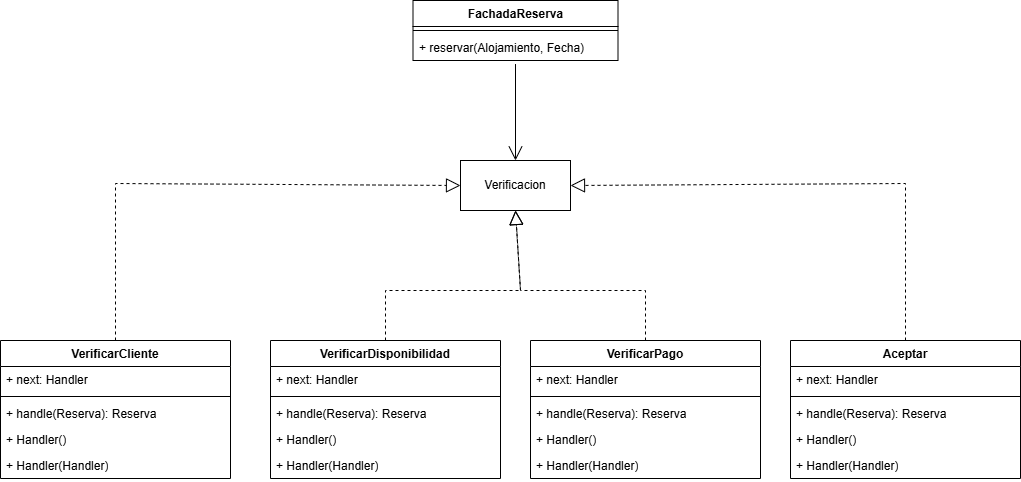
Above: Diagramas/Facade_Airbnb.drawio.png in Fabiancipher/AirbnbModelos (draw.io), before the change. Source tidied: cells renumbered, new cells last; positions are measured from the earlier drawing's top-left corner, leaving out a move shared by most shapes. Source of this version:
```xml
<mxGraphModel>
  <root>
    <mxCell id="0" />
    <mxCell id="1" parent="0" />
    <mxCell id="2" value="VerificarCliente" style="swimlane;fontStyle=1;align=center;verticalAlign=top;horizontal=1;startSize=26;whiteSpace=wrap;html=1;" parent="1" vertex="1">
      <mxGeometry y="340" width="230" height="138" as="geometry" />
    </mxCell>
    <mxCell id="3" value="+ next: Handler" style="text;strokeColor=none;fillColor=none;align=left;verticalAlign=top;spacingLeft=4;spacingRight=4;overflow=hidden;whiteSpace=wrap;html=1;" parent="2" vertex="1">
      <mxGeometry y="26" width="230" height="26" as="geometry" />
    </mxCell>
    <mxCell id="4" style="line;strokeWidth=1;fillColor=none;align=left;verticalAlign=middle;spacingTop=-1;spacingLeft=3;spacingRight=3;labelPosition=right;strokeColor=inherit;" parent="2" vertex="1">
      <mxGeometry y="52" width="230" height="8" as="geometry" />
    </mxCell>
    <mxCell id="5" value="+ handle(Reserva): Reserva" style="text;strokeColor=none;fillColor=none;align=left;verticalAlign=top;spacingLeft=4;spacingRight=4;overflow=hidden;whiteSpace=wrap;html=1;" parent="2" vertex="1">
      <mxGeometry y="60" width="230" height="26" as="geometry" />
    </mxCell>
    <mxCell id="6" value="+ Handler()" style="text;strokeColor=none;fillColor=none;align=left;verticalAlign=top;spacingLeft=4;spacingRight=4;overflow=hidden;whiteSpace=wrap;html=1;" parent="2" vertex="1">
      <mxGeometry y="86" width="230" height="26" as="geometry" />
    </mxCell>
    <mxCell id="7" value="+ Handler(Handler)" style="text;strokeColor=none;fillColor=none;align=left;verticalAlign=top;spacingLeft=4;spacingRight=4;overflow=hidden;whiteSpace=wrap;html=1;" parent="2" vertex="1">
      <mxGeometry y="112" width="230" height="26" as="geometry" />
    </mxCell>
    <mxCell id="8" value="VerificarDisponibilidad" style="swimlane;fontStyle=1;align=center;verticalAlign=top;horizontal=1;startSize=26;whiteSpace=wrap;html=1;" parent="1" vertex="1">
      <mxGeometry x="270" y="340" width="230" height="138" as="geometry" />
    </mxCell>
    <mxCell id="9" value="+ next: Handler" style="text;strokeColor=none;fillColor=none;align=left;verticalAlign=top;spacingLeft=4;spacingRight=4;overflow=hidden;whiteSpace=wrap;html=1;" parent="8" vertex="1">
      <mxGeometry y="26" width="230" height="26" as="geometry" />
    </mxCell>
    <mxCell id="10" style="line;strokeWidth=1;fillColor=none;align=left;verticalAlign=middle;spacingTop=-1;spacingLeft=3;spacingRight=3;labelPosition=right;strokeColor=inherit;" parent="8" vertex="1">
      <mxGeometry y="52" width="230" height="8" as="geometry" />
    </mxCell>
    <mxCell id="11" value="+ handle(Reserva): Reserva" style="text;strokeColor=none;fillColor=none;align=left;verticalAlign=top;spacingLeft=4;spacingRight=4;overflow=hidden;whiteSpace=wrap;html=1;" parent="8" vertex="1">
      <mxGeometry y="60" width="230" height="26" as="geometry" />
    </mxCell>
    <mxCell id="12" value="+ Handler()" style="text;strokeColor=none;fillColor=none;align=left;verticalAlign=top;spacingLeft=4;spacingRight=4;overflow=hidden;whiteSpace=wrap;html=1;" parent="8" vertex="1">
      <mxGeometry y="86" width="230" height="26" as="geometry" />
    </mxCell>
    <mxCell id="13" value="+ Handler(Handler)" style="text;strokeColor=none;fillColor=none;align=left;verticalAlign=top;spacingLeft=4;spacingRight=4;overflow=hidden;whiteSpace=wrap;html=1;" parent="8" vertex="1">
      <mxGeometry y="112" width="230" height="26" as="geometry" />
    </mxCell>
    <mxCell id="14" value="VerificarPago" style="swimlane;fontStyle=1;align=center;verticalAlign=top;horizontal=1;startSize=26;whiteSpace=wrap;html=1;" parent="1" vertex="1">
      <mxGeometry x="530" y="340" width="230" height="138" as="geometry" />
    </mxCell>
    <mxCell id="15" value="+ next: Handler" style="text;strokeColor=none;fillColor=none;align=left;verticalAlign=top;spacingLeft=4;spacingRight=4;overflow=hidden;whiteSpace=wrap;html=1;" parent="14" vertex="1">
      <mxGeometry y="26" width="230" height="26" as="geometry" />
    </mxCell>
    <mxCell id="16" style="line;strokeWidth=1;fillColor=none;align=left;verticalAlign=middle;spacingTop=-1;spacingLeft=3;spacingRight=3;labelPosition=right;strokeColor=inherit;" parent="14" vertex="1">
      <mxGeometry y="52" width="230" height="8" as="geometry" />
    </mxCell>
    <mxCell id="17" value="+ handle(Reserva): Reserva" style="text;strokeColor=none;fillColor=none;align=left;verticalAlign=top;spacingLeft=4;spacingRight=4;overflow=hidden;whiteSpace=wrap;html=1;" parent="14" vertex="1">
      <mxGeometry y="60" width="230" height="26" as="geometry" />
    </mxCell>
    <mxCell id="18" value="+ Handler()" style="text;strokeColor=none;fillColor=none;align=left;verticalAlign=top;spacingLeft=4;spacingRight=4;overflow=hidden;whiteSpace=wrap;html=1;" parent="14" vertex="1">
      <mxGeometry y="86" width="230" height="26" as="geometry" />
    </mxCell>
    <mxCell id="19" value="+ Handler(Handler)" style="text;strokeColor=none;fillColor=none;align=left;verticalAlign=top;spacingLeft=4;spacingRight=4;overflow=hidden;whiteSpace=wrap;html=1;" parent="14" vertex="1">
      <mxGeometry y="112" width="230" height="26" as="geometry" />
    </mxCell>
    <mxCell id="20" value="Aceptar" style="swimlane;fontStyle=1;align=center;verticalAlign=top;horizontal=1;startSize=26;whiteSpace=wrap;html=1;" parent="1" vertex="1">
      <mxGeometry x="790" y="340" width="230" height="138" as="geometry" />
    </mxCell>
    <mxCell id="21" value="+ next: Handler" style="text;strokeColor=none;fillColor=none;align=left;verticalAlign=top;spacingLeft=4;spacingRight=4;overflow=hidden;whiteSpace=wrap;html=1;" parent="20" vertex="1">
      <mxGeometry y="26" width="230" height="26" as="geometry" />
    </mxCell>
    <mxCell id="22" style="line;strokeWidth=1;fillColor=none;align=left;verticalAlign=middle;spacingTop=-1;spacingLeft=3;spacingRight=3;labelPosition=right;strokeColor=inherit;" parent="20" vertex="1">
      <mxGeometry y="52" width="230" height="8" as="geometry" />
    </mxCell>
    <mxCell id="23" value="+ handle(Reserva): Reserva" style="text;strokeColor=none;fillColor=none;align=left;verticalAlign=top;spacingLeft=4;spacingRight=4;overflow=hidden;whiteSpace=wrap;html=1;" parent="20" vertex="1">
      <mxGeometry y="60" width="230" height="26" as="geometry" />
    </mxCell>
    <mxCell id="24" value="+ Handler()" style="text;strokeColor=none;fillColor=none;align=left;verticalAlign=top;spacingLeft=4;spacingRight=4;overflow=hidden;whiteSpace=wrap;html=1;" parent="20" vertex="1">
      <mxGeometry y="86" width="230" height="26" as="geometry" />
    </mxCell>
    <mxCell id="25" value="+ Handler(Handler)" style="text;strokeColor=none;fillColor=none;align=left;verticalAlign=top;spacingLeft=4;spacingRight=4;overflow=hidden;whiteSpace=wrap;html=1;" parent="20" vertex="1">
      <mxGeometry y="112" width="230" height="26" as="geometry" />
    </mxCell>
    <mxCell id="26" style="endArrow=block;dashed=1;endFill=0;endSize=12;html=1;rounded=0;exitX=0.5;exitY=0;exitDx=0;exitDy=0;entryX=0;entryY=0.5;entryDx=0;entryDy=0;" parent="1" edge="1" source="2" target="33">
      <mxGeometry relative="1" as="geometry">
        <Array as="points">
          <mxPoint x="115" y="183" />
        </Array>
      </mxGeometry>
    </mxCell>
    <mxCell id="27" style="endArrow=block;dashed=1;endFill=0;endSize=12;html=1;rounded=0;exitX=0.5;exitY=0;exitDx=0;exitDy=0;entryX=0.5;entryY=1;entryDx=0;entryDy=0;" parent="1" edge="1" source="8" target="33">
      <mxGeometry relative="1" as="geometry">
        <Array as="points">
          <mxPoint x="385" y="290" />
          <mxPoint x="520" y="290" />
        </Array>
      </mxGeometry>
    </mxCell>
    <mxCell id="28" style="endArrow=block;dashed=1;endFill=0;endSize=12;html=1;rounded=0;exitX=0.5;exitY=0;exitDx=0;exitDy=0;entryX=0.5;entryY=1;entryDx=0;entryDy=0;" parent="1" edge="1" source="14" target="33">
      <mxGeometry relative="1" as="geometry">
        <Array as="points">
          <mxPoint x="645" y="290" />
          <mxPoint x="520" y="290" />
        </Array>
      </mxGeometry>
    </mxCell>
    <mxCell id="29" style="endArrow=block;dashed=1;endFill=0;endSize=12;html=1;rounded=0;exitX=0.5;exitY=0;exitDx=0;exitDy=0;entryX=1;entryY=0.5;entryDx=0;entryDy=0;" parent="1" edge="1" source="20" target="33">
      <mxGeometry relative="1" as="geometry">
        <Array as="points">
          <mxPoint x="905" y="183" />
        </Array>
      </mxGeometry>
    </mxCell>
    <mxCell id="30" value="FachadaReserva" style="swimlane;fontStyle=1;align=center;verticalAlign=top;horizontal=1;startSize=26;whiteSpace=wrap;html=1;" parent="1" vertex="1">
      <mxGeometry x="412.5" width="205" height="60" as="geometry" />
    </mxCell>
    <mxCell id="31" style="line;strokeWidth=1;fillColor=none;align=left;verticalAlign=middle;spacingTop=-1;spacingLeft=3;spacingRight=3;labelPosition=right;strokeColor=inherit;" parent="30" vertex="1">
      <mxGeometry y="26" width="205" height="8" as="geometry" />
    </mxCell>
    <mxCell id="32" value="+ reservar(Alojamiento, Fecha)" style="text;strokeColor=none;fillColor=none;align=left;verticalAlign=top;spacingLeft=4;spacingRight=4;overflow=hidden;points=[[0,0.5],[1,0.5]];portConstraint=eastwest;whiteSpace=wrap;html=1;" parent="30" vertex="1">
      <mxGeometry y="34" width="205" height="26" as="geometry" />
    </mxCell>
    <mxCell id="33" value="Verificacion" style="html=1;whiteSpace=wrap;" parent="1" vertex="1">
      <mxGeometry x="460" y="160" width="110" height="50" as="geometry" />
    </mxCell>
    <mxCell id="34" style="endArrow=open;endFill=1;endSize=12;html=1;rounded=0;entryX=0.5;entryY=0;entryDx=0;entryDy=0;exitX=0.5;exitY=1.136;exitDx=0;exitDy=0;exitPerimeter=0;" parent="1" edge="1" source="32" target="33">
      <mxGeometry relative="1" as="geometry" />
    </mxCell>
  </root>
</mxGraphModel>
```
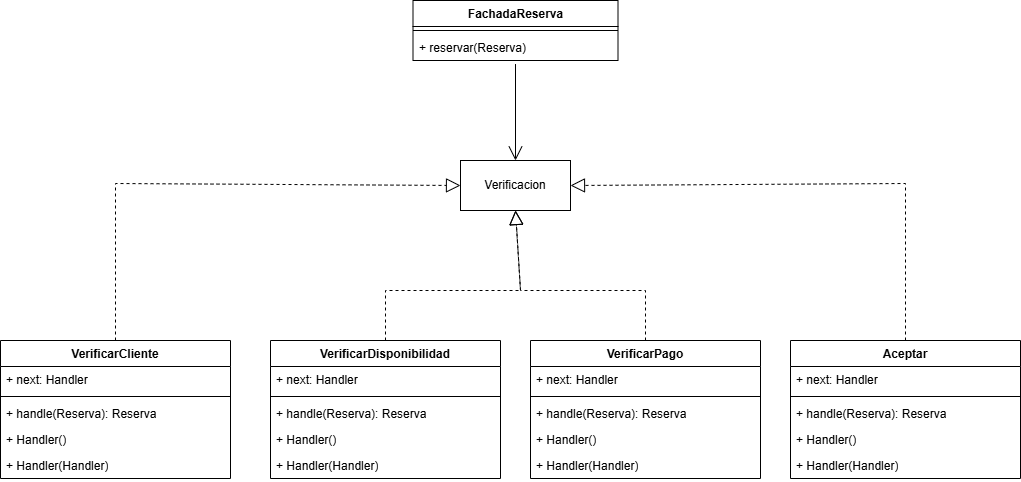
Above is the later version.

The edit, as a diff of the source:
```diff
@@ -110,7 +110,7 @@
     <mxCell id="31" style="line;strokeWidth=1;fillColor=none;align=left;verticalAlign=middle;spacingTop=-1;spacingLeft=3;spacingRight=3;labelPosition=right;strokeColor=inherit;" parent="30" vertex="1">
       <mxGeometry y="26" width="205" height="8" as="geometry" />
     </mxCell>
-    <mxCell id="32" value="+ reservar(Alojamiento, Fecha)" style="text;strokeColor=none;fillColor=none;align=left;verticalAlign=top;spacingLeft=4;spacingRight=4;overflow=hidden;points=[[0,0.5],[1,0.5]];portConstraint=eastwest;whiteSpace=wrap;html=1;" parent="30" vertex="1">
+    <mxCell id="32" value="+ reservar(Reserva)" style="text;strokeColor=none;fillColor=none;align=left;verticalAlign=top;spacingLeft=4;spacingRight=4;overflow=hidden;points=[[0,0.5],[1,0.5]];portConstraint=eastwest;whiteSpace=wrap;html=1;" parent="30" vertex="1">
       <mxGeometry y="34" width="205" height="26" as="geometry" />
     </mxCell>
     <mxCell id="33" value="Verificacion" style="html=1;whiteSpace=wrap;" parent="1" vertex="1">
```
